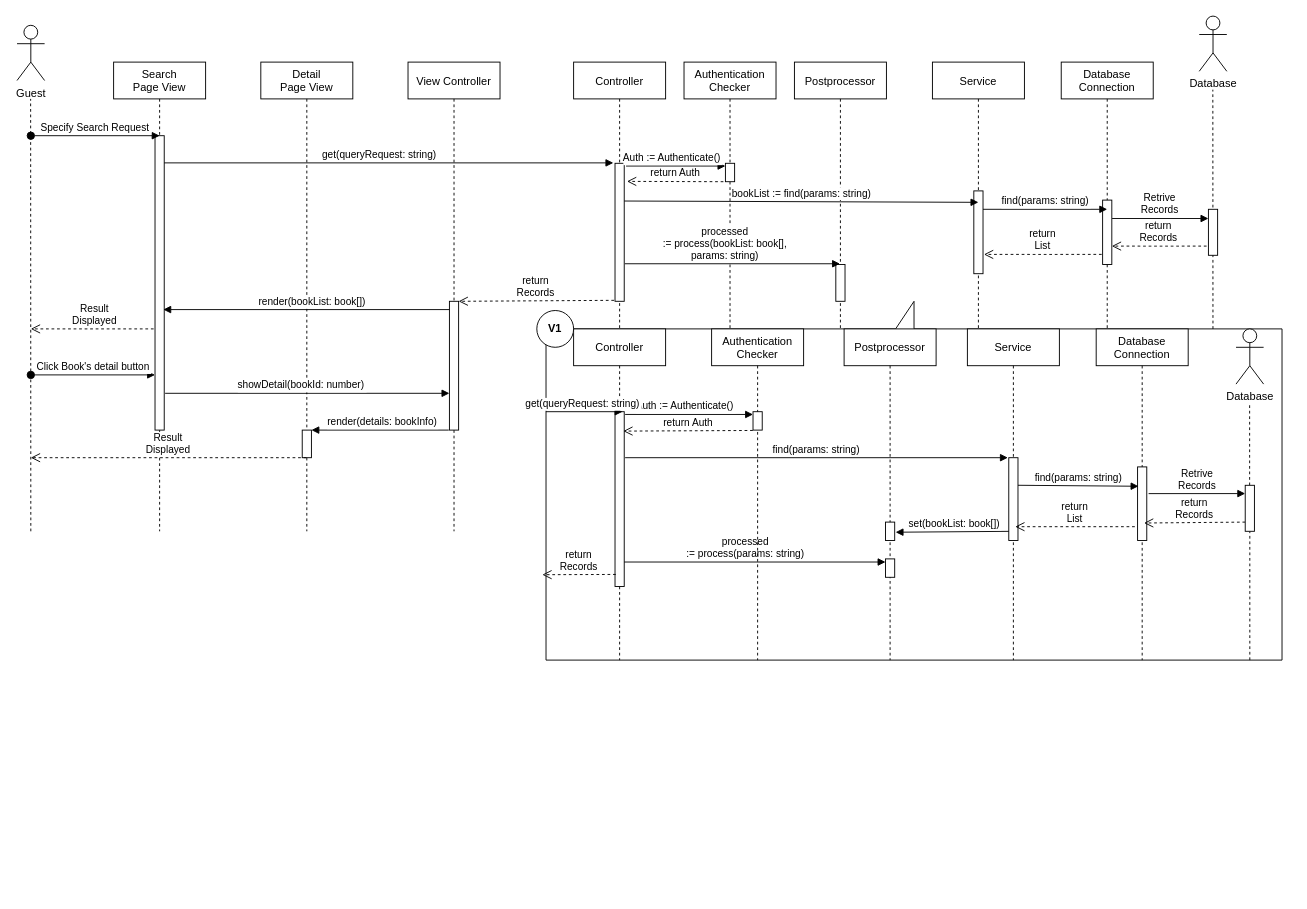
Earlier version of the draw.io diagram docs/SequenceDiagram/diagrams/SD-UC-08.drawio (youngkwon02/Enhanced-library-management). Source tidied: cells renumbered, new cells numbered last; positions are measured from the earlier drawing's top-left corner, leaving out a move shared by most shapes. Both pictures are drawn from the tidied source at 92%, with x=0, y=0 at pixel (17, 16).
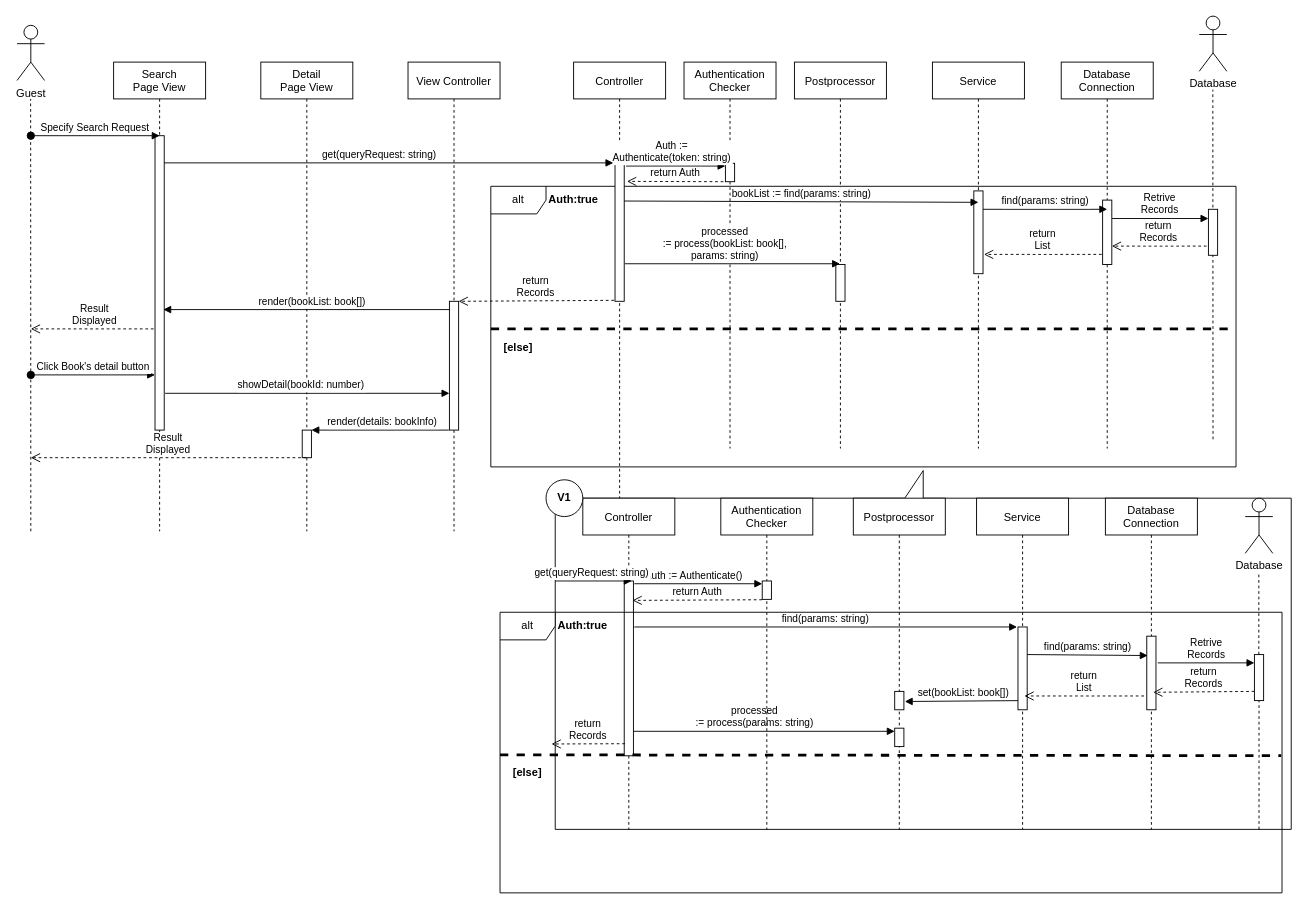
The same page after the edit.

Unchanged cells that the change refers to:
```xml
<mxCell id="28" style="points=[];perimeter=orthogonalPerimeter;rounded=0;shadow=0;strokeWidth=1;" parent="27" vertex="1">
  <mxGeometry x="45" y="90" width="10" height="190" as="geometry" />
</mxCell>
<mxCell id="33" style="points=[];perimeter=orthogonalPerimeter;rounded=0;shadow=0;strokeWidth=1;" parent="32" vertex="1">
  <mxGeometry x="45" y="150" width="10" height="80" as="geometry" />
</mxCell>
```

What changed in the source:
```diff
@@
+    <mxCell id="69" value="alt" style="shape=umlFrame;whiteSpace=wrap;html=1;" parent="1" vertex="1">
+      <mxGeometry x="515" y="185" width="810" height="305" as="geometry" />
+    </mxCell>
@@
     <mxCell id="26" style="shape=callout;whiteSpace=wrap;html=1;perimeter=calloutPerimeter;rotation=-180;" parent="1" vertex="1">
-      <mxGeometry x="575" y="310" width="800" height="390" as="geometry" />
+      <mxGeometry x="585" y="494" width="800" height="390" as="geometry" />
     </mxCell>
     <mxCell id="27" value="Controller" style="shape=umlLifeline;perimeter=lifelinePerimeter;rounded=0;shadow=0;strokeWidth=1;" parent="1" vertex="1">
-      <mxGeometry x="605" y="340" width="100" height="360" as="geometry" />
+      <mxGeometry x="615" y="524" width="100" height="360" as="geometry" />
     </mxCell>
@@
     <mxCell id="29" value="Postprocessor" style="shape=umlLifeline;perimeter=lifelinePerimeter;rounded=0;shadow=0;strokeWidth=1;" parent="1" vertex="1">
-      <mxGeometry x="899" y="340" width="100" height="360" as="geometry" />
+      <mxGeometry x="909" y="524" width="100" height="360" as="geometry" />
     </mxCell>
@@
     <mxCell id="32" value="Database&#10;Connection" style="shape=umlLifeline;perimeter=lifelinePerimeter;rounded=0;shadow=0;strokeWidth=1;" parent="1" vertex="1">
-      <mxGeometry x="1173" y="340" width="100" height="360" as="geometry" />
+      <mxGeometry x="1183" y="524" width="100" height="360" as="geometry" />
     </mxCell>
@@
     <mxCell id="34" value="find(params: string)" style="verticalAlign=bottom;endArrow=block;shadow=0;strokeWidth=1;exitX=1.2;exitY=0.263;exitDx=0;exitDy=0;exitPerimeter=0;" parent="1" edge="1">
       <mxGeometry relative="1" as="geometry">
-        <mxPoint x="661" y="480" as="sourcePoint" />
-        <mxPoint x="1077" y="480" as="targetPoint" />
+        <mxPoint x="671" y="664" as="sourcePoint" />
+        <mxPoint x="1087" y="664" as="targetPoint" />
       </mxGeometry>
     </mxCell>
     <mxCell id="35" style="endArrow=none;dashed=1;html=1;startArrow=none;" parent="1" edge="1">
       <mxGeometry relative="1" as="geometry">
-        <mxPoint x="1340" y="700" as="sourcePoint" />
-        <mxPoint x="1340" y="560" as="targetPoint" />
+        <mxPoint x="1350" y="884" as="sourcePoint" />
+        <mxPoint x="1350" y="744" as="targetPoint" />
       </mxGeometry>
     </mxCell>
     <mxCell id="36" value="Retrive&#10;Records" style="verticalAlign=bottom;endArrow=block;shadow=0;strokeWidth=1;exitX=1.2;exitY=0.363;exitDx=0;exitDy=0;exitPerimeter=0;" parent="1" edge="1" source="33">
       <mxGeometry relative="1" as="geometry">
-        <mxPoint x="1335" y="519" as="targetPoint" />
+        <mxPoint x="1345" y="703" as="targetPoint" />
       </mxGeometry>
     </mxCell>
     <mxCell id="37" value="return&#10;Records" style="verticalAlign=bottom;endArrow=open;dashed=1;endSize=8;exitX=-0.026;exitY=1.002;shadow=0;strokeWidth=1;exitDx=0;exitDy=0;exitPerimeter=0;" parent="1" edge="1">
       <mxGeometry relative="1" as="geometry">
-        <mxPoint x="1335" y="550" as="sourcePoint" />
-        <mxPoint x="1225" y="551" as="targetPoint" />
+        <mxPoint x="1345" y="734" as="sourcePoint" />
+        <mxPoint x="1235" y="735" as="targetPoint" />
       </mxGeometry>
     </mxCell>
     <mxCell id="38" value="set(bookList: book[])" style="verticalAlign=bottom;endArrow=block;shadow=0;strokeWidth=1;" parent="1" edge="1">
       <mxGeometry relative="1" as="geometry">
-        <mxPoint x="1084" y="560" as="sourcePoint" />
-        <mxPoint x="955" y="561" as="targetPoint" />
+        <mxPoint x="1094" y="744" as="sourcePoint" />
+        <mxPoint x="965" y="745" as="targetPoint" />
       </mxGeometry>
     </mxCell>
@@
     <mxCell id="41" style="ellipse;whiteSpace=wrap;html=1;" parent="1" vertex="1">
-      <mxGeometry x="565" y="320" width="40" height="40" as="geometry" />
+      <mxGeometry x="575" y="504" width="40" height="40" as="geometry" />
     </mxCell>
     <mxCell id="42" value="&lt;b&gt;V1&lt;/b&gt;" style="text;html=1;strokeColor=none;fillColor=none;align=center;verticalAlign=middle;whiteSpace=wrap;rounded=0;" parent="1" vertex="1">
-      <mxGeometry x="565" y="330" width="40" height="20" as="geometry" />
+      <mxGeometry x="575" y="514" width="40" height="20" as="geometry" />
     </mxCell>
@@
-    <mxCell id="54" value="Auth := Authenticate()" style="verticalAlign=bottom;endArrow=block;shadow=0;strokeWidth=1;" parent="1" edge="1">
+    <mxCell id="54" value="Auth := &#10;Authenticate(token: string)" style="verticalAlign=bottom;endArrow=block;shadow=0;strokeWidth=1;" parent="1" edge="1">
       <mxGeometry x="-0.07" relative="1" as="geometry">
         <mxPoint x="662" y="163" as="sourcePoint" />
         <mxPoint x="770" y="163" as="targetPoint" />
       </mxGeometry>
     </mxCell>
@@
     <mxCell id="57" value="Database" style="shape=umlActor;verticalLabelPosition=bottom;verticalAlign=top;html=1;" parent="1" vertex="1">
-      <mxGeometry x="1325" y="340" width="30" height="60" as="geometry" />
+      <mxGeometry x="1335" y="524" width="30" height="60" as="geometry" />
     </mxCell>
     <mxCell id="58" style="endArrow=none;dashed=1;html=1;startArrow=none;" parent="1" edge="1" source="59">
       <mxGeometry relative="1" as="geometry">
-        <mxPoint x="1339.8" y="420" as="targetPoint" />
+        <mxPoint x="1349.8" y="604" as="targetPoint" />
       </mxGeometry>
     </mxCell>
     <mxCell id="59" style="points=[];perimeter=orthogonalPerimeter;rounded=0;shadow=0;strokeWidth=1;" parent="1" vertex="1">
-      <mxGeometry x="1335" y="510" width="10" height="50" as="geometry" />
+      <mxGeometry x="1345" y="694" width="10" height="50" as="geometry" />
     </mxCell>
     <mxCell id="60" value="Service" style="shape=umlLifeline;perimeter=lifelinePerimeter;rounded=0;shadow=0;strokeWidth=1;" parent="1" vertex="1">
-      <mxGeometry x="1033" y="340" width="100" height="360" as="geometry" />
+      <mxGeometry x="1043" y="524" width="100" height="360" as="geometry" />
     </mxCell>
@@
     <mxCell id="63" value="return&#10;List" style="verticalAlign=bottom;endArrow=open;dashed=1;endSize=8;shadow=0;strokeWidth=1;entryX=1.1;entryY=0.767;entryDx=0;entryDy=0;entryPerimeter=0;" parent="1" edge="1">
       <mxGeometry relative="1" as="geometry">
-        <mxPoint x="1215" y="555" as="sourcePoint" />
-        <mxPoint x="1085" y="555" as="targetPoint" />
+        <mxPoint x="1225" y="739" as="sourcePoint" />
+        <mxPoint x="1095" y="739" as="targetPoint" />
       </mxGeometry>
     </mxCell>
     <mxCell id="64" value="Authentication&#10;Checker" style="shape=umlLifeline;perimeter=lifelinePerimeter;rounded=0;shadow=0;strokeWidth=1;" parent="1" vertex="1">
-      <mxGeometry x="755" y="340" width="100" height="360" as="geometry" />
+      <mxGeometry x="765" y="524" width="100" height="360" as="geometry" />
     </mxCell>
@@
     <mxCell id="66" value="Auth := Authenticate()" style="verticalAlign=bottom;endArrow=block;shadow=0;strokeWidth=1;" parent="1" edge="1">
       <mxGeometry x="-0.07" relative="1" as="geometry">
-        <mxPoint x="661" y="433" as="sourcePoint" />
-        <mxPoint x="800" y="433" as="targetPoint" />
+        <mxPoint x="671" y="617" as="sourcePoint" />
+        <mxPoint x="810" y="617" as="targetPoint" />
       </mxGeometry>
     </mxCell>
     <mxCell id="67" value="return Auth" style="verticalAlign=bottom;endArrow=open;dashed=1;endSize=8;shadow=0;strokeWidth=1;exitX=0.083;exitY=0.931;exitDx=0;exitDy=0;exitPerimeter=0;entryX=0.9;entryY=0.111;entryDx=0;entryDy=0;entryPerimeter=0;" parent="1" edge="1" target="28">
       <mxGeometry relative="1" as="geometry">
-        <mxPoint x="799.8" y="450.4" as="sourcePoint" />
+        <mxPoint x="809.8" y="634.4" as="sourcePoint" />
       </mxGeometry>
     </mxCell>
     <mxCell id="68" value="get(queryRequest: string)" style="verticalAlign=bottom;endArrow=block;shadow=0;strokeWidth=1;entryX=-0.18;entryY=-0.003;entryDx=0;entryDy=0;entryPerimeter=0;" parent="1" edge="1">
       <mxGeometry x="-0.04" relative="1" as="geometry">
-        <mxPoint x="575" y="430" as="sourcePoint" />
-        <mxPoint x="658.2" y="430" as="targetPoint" />
+        <mxPoint x="585" y="614" as="sourcePoint" />
+        <mxPoint x="668.2" y="614" as="targetPoint" />
       </mxGeometry>
     </mxCell>
+    <mxCell id="70" value="&lt;b&gt;Auth:true&lt;/b&gt;" style="text;html=1;strokeColor=none;fillColor=none;align=center;verticalAlign=middle;whiteSpace=wrap;rounded=0;" parent="1" vertex="1">
+      <mxGeometry x="585" y="190" width="40" height="20" as="geometry" />
+    </mxCell>
+    <mxCell id="71" style="endArrow=none;dashed=1;html=1;strokeWidth=3;" parent="1" edge="1">
+      <mxGeometry relative="1" as="geometry">
+        <mxPoint x="515" y="340" as="sourcePoint" />
+        <mxPoint x="1325" y="340" as="targetPoint" />
+      </mxGeometry>
+    </mxCell>
+    <mxCell id="72" value="&lt;b&gt;[else]&lt;/b&gt;" style="text;html=1;strokeColor=none;fillColor=none;align=center;verticalAlign=middle;whiteSpace=wrap;rounded=0;" parent="1" vertex="1">
+      <mxGeometry x="525" y="350" width="40" height="20" as="geometry" />
+    </mxCell>
+    <mxCell id="73" value="alt" style="shape=umlFrame;whiteSpace=wrap;html=1;" parent="1" vertex="1">
+      <mxGeometry x="525" y="648" width="850" height="305" as="geometry" />
+    </mxCell>
+    <mxCell id="74" value="&lt;b&gt;Auth:true&lt;/b&gt;" style="text;html=1;strokeColor=none;fillColor=none;align=center;verticalAlign=middle;whiteSpace=wrap;rounded=0;" parent="1" vertex="1">
+      <mxGeometry x="595" y="653" width="40" height="20" as="geometry" />
+    </mxCell>
+    <mxCell id="75" style="endArrow=none;dashed=1;html=1;strokeWidth=3;entryX=0.999;entryY=0.511;entryDx=0;entryDy=0;entryPerimeter=0;" parent="1" edge="1" target="73">
+      <mxGeometry relative="1" as="geometry">
+        <mxPoint x="525" y="803" as="sourcePoint" />
+      </mxGeometry>
+    </mxCell>
+    <mxCell id="76" value="&lt;b&gt;[else]&lt;/b&gt;" style="text;html=1;strokeColor=none;fillColor=none;align=center;verticalAlign=middle;whiteSpace=wrap;rounded=0;" parent="1" vertex="1">
+      <mxGeometry x="535" y="813" width="40" height="20" as="geometry" />
+    </mxCell>
```
